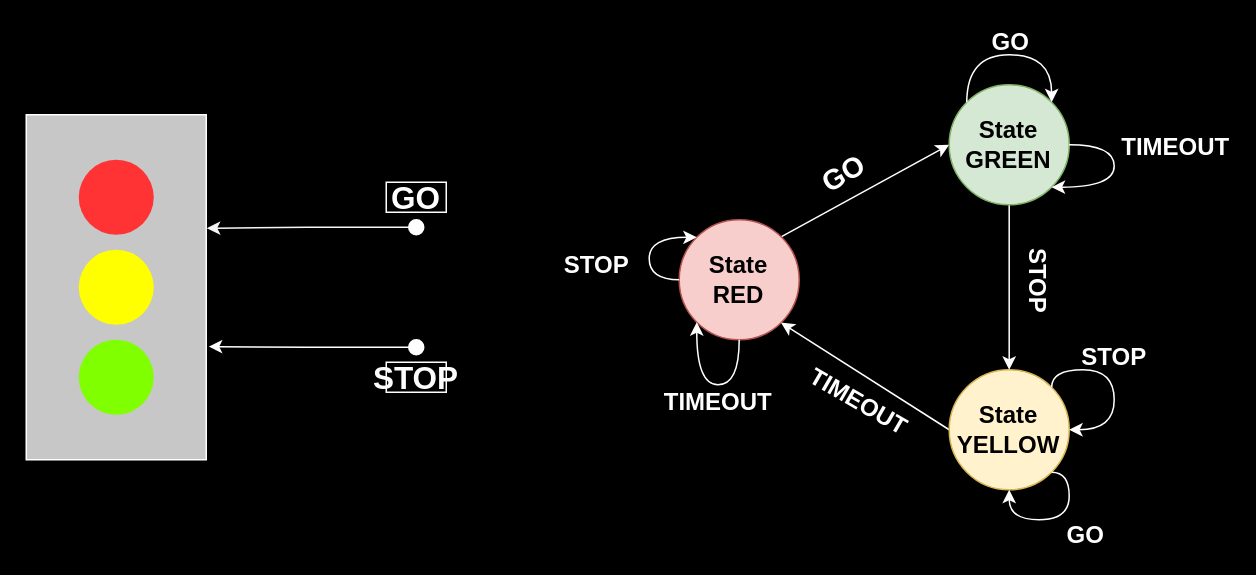
This is images/traffic_lights_combined.drawio from uu-pes/lecture2_state_machines, a draw.io file, before an edit. Source tidied: cells renumbered, new cells numbered last; positions are measured from the earlier drawing's top-left corner, leaving out a move shared by most shapes. Both pictures are drawn from the tidied source at 150%, with x=0, y=0 at pixel (26, 54).
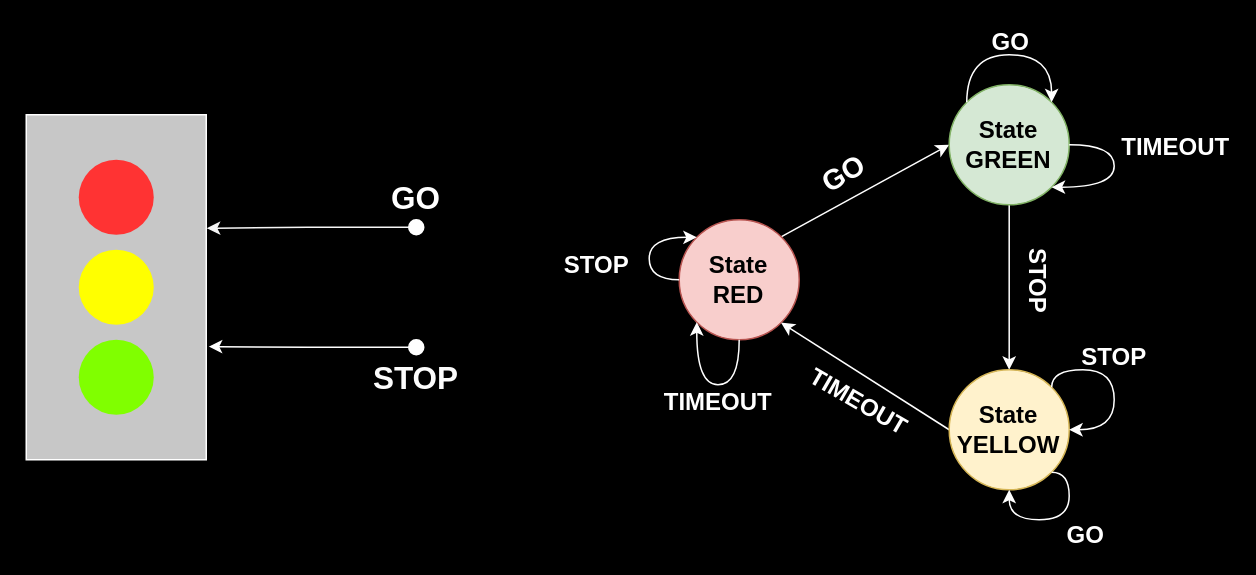
The same page after the edit.

Diff of the diagram source:
```diff
@@
-    <mxCell id="10" value="GO" style="text;html=1;align=center;verticalAlign=middle;whiteSpace=wrap;rounded=0;fontStyle=1;fontSize=21;strokeColor=#FFFFFF;fontColor=#FFFFFF;" parent="1" vertex="1">
+    <mxCell id="10" value="GO" style="text;html=1;align=center;verticalAlign=middle;whiteSpace=wrap;rounded=0;fontStyle=1;fontSize=21;strokeColor=none;fontColor=#FFFFFF;" parent="1" vertex="1">
       <mxGeometry x="240" y="85" width="40" height="20" as="geometry" />
     </mxCell>
-    <mxCell id="11" value="STOP" style="text;html=1;align=center;verticalAlign=middle;whiteSpace=wrap;rounded=0;fontStyle=1;fontSize=21;strokeColor=#FFFFFF;fontColor=#FCFCFC;" parent="1" vertex="1">
+    <mxCell id="11" value="STOP" style="text;html=1;align=center;verticalAlign=middle;whiteSpace=wrap;rounded=0;fontStyle=1;fontSize=21;strokeColor=none;fontColor=#FCFCFC;" parent="1" vertex="1">
       <mxGeometry x="240" y="205" width="40" height="20" as="geometry" />
     </mxCell>
```
